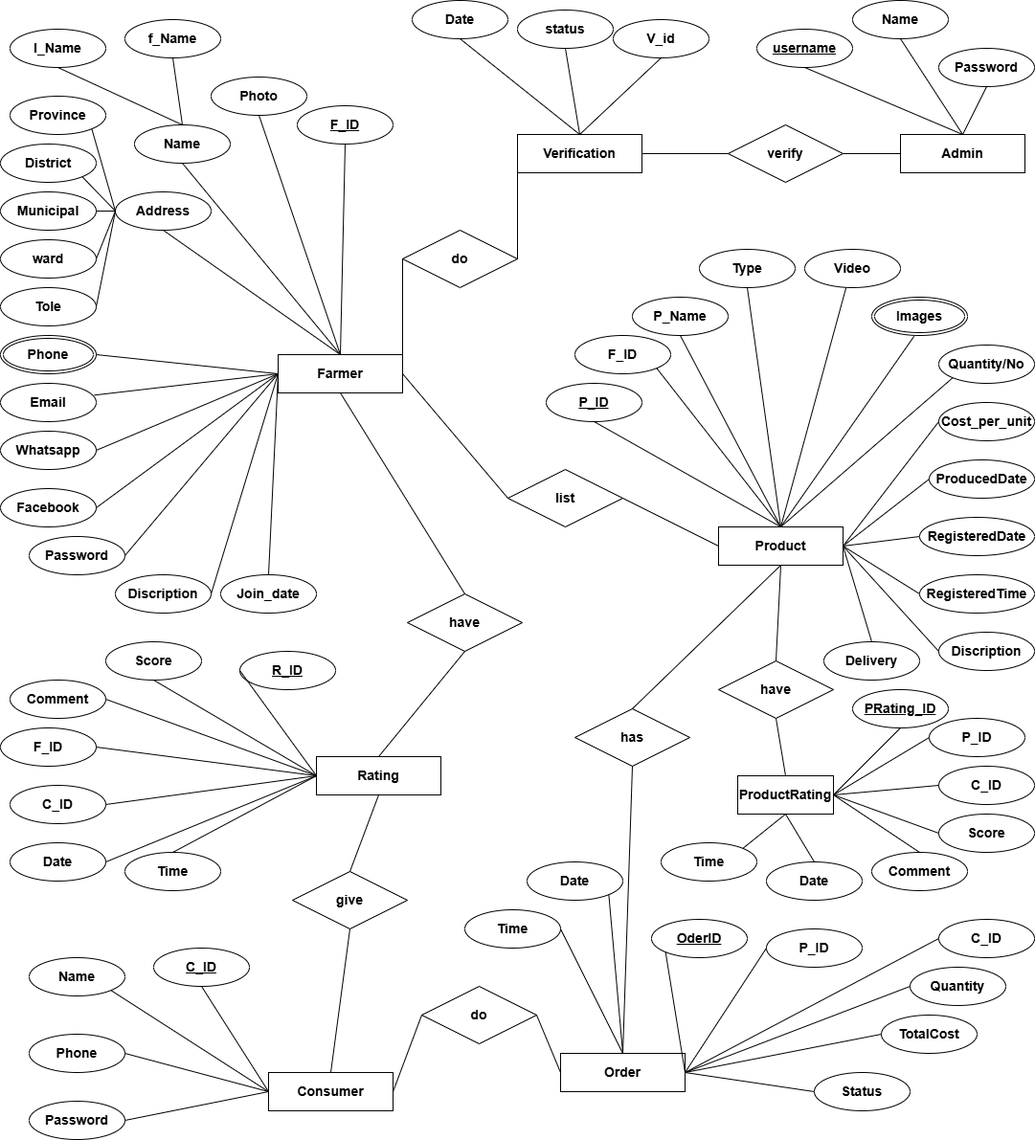
Earlier version of the draw.io export Doc/ER.png (RmnRj/Farmo). Source tidied: cells renumbered, new cells last; positions are measured from the earlier drawing's top-left corner, leaving out a move shared by most shapes.
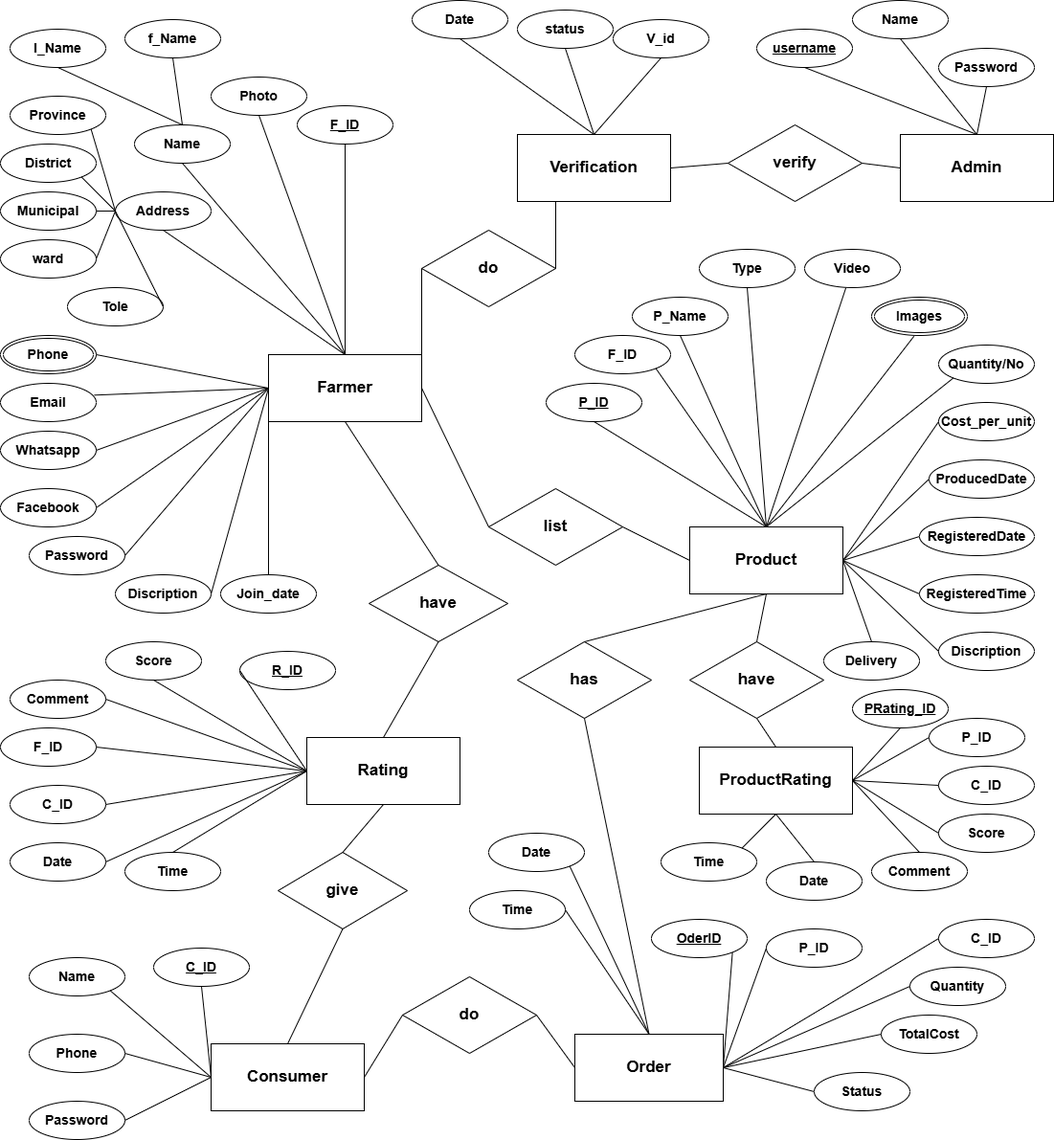
After the commit.

Commit message:
Use Case Diagram complete

Change to the diagram source:
```diff
@@ -2,8 +2,8 @@
   <root>
     <mxCell id="0" />
     <mxCell id="1" parent="0" />
-    <mxCell id="2" value="&lt;font&gt;&lt;span&gt;Farmer&lt;/span&gt;&lt;/font&gt;" style="whiteSpace=wrap;html=1;align=center;fontSize=14;fontStyle=1;" parent="1" vertex="1">
-      <mxGeometry x="290" y="370" width="130" height="40" as="geometry" />
+    <mxCell id="2" value="&lt;font&gt;&lt;span&gt;Farmer&lt;/span&gt;&lt;/font&gt;" style="whiteSpace=wrap;html=1;align=center;fontSize=17;fontStyle=1;" parent="1" vertex="1">
+      <mxGeometry x="280" y="370" width="160" height="70" as="geometry" />
     </mxCell>
     <mxCell id="3" value="l_Name" style="ellipse;whiteSpace=wrap;html=1;align=center;rotation=0;fontSize=14;fontStyle=1;" parent="1" vertex="1">
       <mxGeometry x="10" y="30" width="100" height="40" as="geometry" />
@@ -27,7 +27,7 @@
       <mxGeometry x="310" y="110" width="100" height="40" as="geometry" />
     </mxCell>
     <mxCell id="10" value="Tole" style="ellipse;whiteSpace=wrap;html=1;align=center;fontSize=14;fontStyle=1;" parent="1" vertex="1">
-      <mxGeometry y="300" width="100" height="40" as="geometry" />
+      <mxGeometry x="70" y="300" width="100" height="40" as="geometry" />
     </mxCell>
     <mxCell id="11" value="Name" style="ellipse;whiteSpace=wrap;html=1;align=center;rotation=0;fontSize=14;fontStyle=1;" parent="1" vertex="1">
       <mxGeometry x="140" y="130" width="100" height="40" as="geometry" />
@@ -107,19 +107,17 @@
     <mxCell id="36" style="endArrow=none;html=1;rounded=0;exitX=1;exitY=0.5;exitDx=0;exitDy=0;entryX=0;entryY=0.5;entryDx=0;entryDy=0;startArrow=none;startFill=0;fontStyle=1;labelBorderColor=none;jumpSize=11;fontSize=14;" parent="1" edge="1" source="19" target="2">
       <mxGeometry relative="1" as="geometry" />
     </mxCell>
-    <mxCell id="37" value="&lt;font&gt;&lt;span&gt;Product&lt;/span&gt;&lt;/font&gt;" style="whiteSpace=wrap;html=1;align=center;fontSize=14;fontStyle=1;" parent="1" vertex="1">
-      <mxGeometry x="750" y="550" width="130" height="40" as="geometry" />
+    <mxCell id="37" value="&lt;font&gt;&lt;span&gt;Product&lt;/span&gt;&lt;/font&gt;" style="whiteSpace=wrap;html=1;align=center;fontSize=17;fontStyle=1;" parent="1" vertex="1">
+      <mxGeometry x="720" y="550" width="160" height="70" as="geometry" />
     </mxCell>
-    <mxCell id="38" value="&lt;font&gt;&lt;span&gt;Rating&lt;/span&gt;&lt;/font&gt;" style="whiteSpace=wrap;html=1;align=center;fontSize=14;fontStyle=1;" parent="1" vertex="1">
-      <mxGeometry x="330" y="790" width="130" height="40" as="geometry" />
+    <mxCell id="38" value="&lt;font&gt;&lt;span&gt;Rating&lt;/span&gt;&lt;/font&gt;" style="whiteSpace=wrap;html=1;align=center;fontSize=17;fontStyle=1;" parent="1" vertex="1">
+      <mxGeometry x="320" y="770" width="160" height="70" as="geometry" />
     </mxCell>
     <mxCell id="39" value="Join_date" style="ellipse;whiteSpace=wrap;html=1;align=center;fontSize=14;fontStyle=1;" parent="1" vertex="1">
       <mxGeometry x="230" y="600" width="100" height="40" as="geometry" />
     </mxCell>
-    <mxCell id="40" style="endArrow=none;html=1;rounded=0;entryX=0.5;entryY=0;entryDx=0;entryDy=0;startArrow=none;startFill=0;fontStyle=1;labelBorderColor=none;jumpSize=11;fontSize=14;" parent="1" edge="1" target="39">
-      <mxGeometry relative="1" as="geometry">
-        <mxPoint x="290" y="390" as="sourcePoint" />
-      </mxGeometry>
+    <mxCell id="40" style="endArrow=none;html=1;rounded=0;entryX=0.5;entryY=0;entryDx=0;entryDy=0;startArrow=none;startFill=0;fontStyle=1;labelBorderColor=none;jumpSize=11;fontSize=14;exitX=0;exitY=1;exitDx=0;exitDy=0;" parent="1" edge="1" source="2" target="39">
+      <mxGeometry relative="1" as="geometry" />
     </mxCell>
     <mxCell id="41" value="P_Name" style="ellipse;whiteSpace=wrap;html=1;align=center;fontSize=14;fontStyle=1;" parent="1" vertex="1">
       <mxGeometry x="660" y="310" width="100" height="40" as="geometry" />
@@ -136,8 +134,8 @@
     <mxCell id="45" value="Images" style="ellipse;shape=doubleEllipse;margin=3;whiteSpace=wrap;html=1;align=center;fontSize=14;fontStyle=1;" parent="1" vertex="1">
       <mxGeometry x="910" y="310" width="100" height="40" as="geometry" />
     </mxCell>
-    <mxCell id="46" value="&lt;font&gt;&lt;span&gt;Verification&lt;/span&gt;&lt;/font&gt;" style="whiteSpace=wrap;html=1;align=center;fontSize=14;fontStyle=1;" parent="1" vertex="1">
-      <mxGeometry x="540" y="140" width="130" height="40" as="geometry" />
+    <mxCell id="46" value="&lt;font&gt;&lt;span&gt;Verification&lt;/span&gt;&lt;/font&gt;" style="whiteSpace=wrap;html=1;align=center;fontSize=17;fontStyle=1;" parent="1" vertex="1">
+      <mxGeometry x="540" y="140" width="160" height="70" as="geometry" />
     </mxCell>
     <mxCell id="47" value="Date" style="ellipse;whiteSpace=wrap;html=1;align=center;fontSize=14;fontStyle=1;" parent="1" vertex="1">
       <mxGeometry x="430" width="100" height="40" as="geometry" />
@@ -148,8 +146,8 @@
     <mxCell id="49" value="P_ID" style="ellipse;whiteSpace=wrap;html=1;align=center;fontStyle=5;fontSize=14;" parent="1" vertex="1">
       <mxGeometry x="570" y="400" width="100" height="40" as="geometry" />
     </mxCell>
-    <mxCell id="50" value="&lt;font&gt;&lt;span&gt;Admin&lt;/span&gt;&lt;/font&gt;" style="whiteSpace=wrap;html=1;align=center;fontSize=14;fontStyle=1;" parent="1" vertex="1">
-      <mxGeometry x="940" y="140" width="130" height="40" as="geometry" />
+    <mxCell id="50" value="&lt;font&gt;&lt;span&gt;Admin&lt;/span&gt;&lt;/font&gt;" style="whiteSpace=wrap;html=1;align=center;fontSize=17;fontStyle=1;" parent="1" vertex="1">
+      <mxGeometry x="940" y="140" width="160" height="70" as="geometry" />
     </mxCell>
     <mxCell id="51" value="username" style="ellipse;whiteSpace=wrap;html=1;align=center;fontStyle=5;fontSize=14;" parent="1" vertex="1">
       <mxGeometry x="790" y="30" width="100" height="40" as="geometry" />
@@ -178,17 +176,17 @@
     <mxCell id="59" value="Discription" style="ellipse;whiteSpace=wrap;html=1;align=center;fontSize=14;fontStyle=1;" parent="1" vertex="1">
       <mxGeometry x="980" y="660" width="100" height="40" as="geometry" />
     </mxCell>
-    <mxCell id="60" value="have" style="shape=rhombus;perimeter=rhombusPerimeter;whiteSpace=wrap;html=1;align=center;fontSize=14;fontStyle=1;" parent="1" vertex="1">
-      <mxGeometry x="425" y="620" width="120" height="60" as="geometry" />
+    <mxCell id="60" value="have" style="shape=rhombus;perimeter=rhombusPerimeter;whiteSpace=wrap;html=1;align=center;fontSize=17;fontStyle=1;" parent="1" vertex="1">
+      <mxGeometry x="385" y="590" width="145" height="80" as="geometry" />
     </mxCell>
-    <mxCell id="61" value="list" style="shape=rhombus;perimeter=rhombusPerimeter;whiteSpace=wrap;html=1;align=center;fontSize=14;fontStyle=1;" parent="1" vertex="1">
-      <mxGeometry x="530" y="490" width="120" height="60" as="geometry" />
+    <mxCell id="61" value="list" style="shape=rhombus;perimeter=rhombusPerimeter;whiteSpace=wrap;html=1;align=center;fontSize=17;fontStyle=1;" parent="1" vertex="1">
+      <mxGeometry x="510" y="510" width="140" height="80" as="geometry" />
     </mxCell>
-    <mxCell id="62" value="do" style="shape=rhombus;perimeter=rhombusPerimeter;whiteSpace=wrap;html=1;align=center;fontSize=14;fontStyle=1;" parent="1" vertex="1">
-      <mxGeometry x="420" y="240" width="120" height="60" as="geometry" />
+    <mxCell id="62" value="do" style="shape=rhombus;perimeter=rhombusPerimeter;whiteSpace=wrap;html=1;align=center;fontSize=17;fontStyle=1;" parent="1" vertex="1">
+      <mxGeometry x="440" y="240" width="140" height="80" as="geometry" />
     </mxCell>
-    <mxCell id="63" value="verify" style="shape=rhombus;perimeter=rhombusPerimeter;whiteSpace=wrap;html=1;align=center;fontSize=14;fontStyle=1;" parent="1" vertex="1">
-      <mxGeometry x="760" y="130" width="120" height="60" as="geometry" />
+    <mxCell id="63" value="verify" style="shape=rhombus;perimeter=rhombusPerimeter;whiteSpace=wrap;html=1;align=center;fontSize=17;fontStyle=1;" parent="1" vertex="1">
+      <mxGeometry x="760" y="130" width="140" height="80" as="geometry" />
     </mxCell>
     <mxCell id="64" style="endArrow=none;html=1;rounded=0;entryX=0;entryY=0.5;entryDx=0;entryDy=0;exitX=1;exitY=0.5;exitDx=0;exitDy=0;startArrow=none;startFill=0;fontStyle=1;labelBorderColor=none;jumpSize=11;fontSize=14;" parent="1" edge="1" source="46" target="63">
       <mxGeometry relative="1" as="geometry" />
@@ -196,7 +194,7 @@
     <mxCell id="65" style="endArrow=none;html=1;rounded=0;entryX=0;entryY=0.5;entryDx=0;entryDy=0;exitX=1;exitY=0.5;exitDx=0;exitDy=0;startArrow=none;startFill=0;fontStyle=1;labelBorderColor=none;jumpSize=11;fontSize=14;" parent="1" edge="1" source="63" target="50">
       <mxGeometry relative="1" as="geometry" />
     </mxCell>
-    <mxCell id="66" style="endArrow=none;html=1;rounded=0;entryX=1;entryY=0.5;entryDx=0;entryDy=0;exitX=0;exitY=0.5;exitDx=0;exitDy=0;startArrow=none;startFill=0;fontStyle=1;labelBorderColor=none;jumpSize=11;fontSize=14;" parent="1" edge="1" source="46" target="62">
+    <mxCell id="66" style="endArrow=none;html=1;rounded=0;entryX=1;entryY=0.5;entryDx=0;entryDy=0;exitX=0.25;exitY=1;exitDx=0;exitDy=0;startArrow=none;startFill=0;fontStyle=1;labelBorderColor=none;jumpSize=11;fontSize=14;" parent="1" edge="1" source="46" target="62">
       <mxGeometry relative="1" as="geometry" />
     </mxCell>
     <mxCell id="67" style="endArrow=none;html=1;rounded=0;entryX=1;entryY=0.5;entryDx=0;entryDy=0;exitX=0;exitY=0.5;exitDx=0;exitDy=0;startArrow=none;startFill=0;fontStyle=1;labelBorderColor=none;jumpSize=11;fontSize=14;" parent="1" edge="1" source="62" target="2">
@@ -259,11 +257,11 @@
     <mxCell id="86" style="endArrow=none;html=1;rounded=0;entryX=0.5;entryY=0;entryDx=0;entryDy=0;exitX=0.5;exitY=1;exitDx=0;exitDy=0;startArrow=none;startFill=0;fontStyle=1;labelBorderColor=none;jumpSize=11;fontSize=14;" parent="1" edge="1" source="47" target="46">
       <mxGeometry relative="1" as="geometry" />
     </mxCell>
-    <mxCell id="87" value="&lt;font&gt;&lt;span&gt;Consumer&lt;/span&gt;&lt;/font&gt;" style="whiteSpace=wrap;html=1;align=center;fontSize=14;fontStyle=1;" parent="1" vertex="1">
-      <mxGeometry x="280" y="1120" width="130" height="40" as="geometry" />
+    <mxCell id="87" value="&lt;font&gt;&lt;span&gt;Consumer&lt;/span&gt;&lt;/font&gt;" style="whiteSpace=wrap;html=1;align=center;fontSize=17;fontStyle=1;" parent="1" vertex="1">
+      <mxGeometry x="220" y="1090" width="160" height="70" as="geometry" />
     </mxCell>
-    <mxCell id="88" value="&lt;font&gt;&lt;span&gt;Order&lt;/span&gt;&lt;/font&gt;" style="whiteSpace=wrap;html=1;align=center;fontSize=14;fontStyle=1;" parent="1" vertex="1">
-      <mxGeometry x="585" y="1100" width="130" height="40" as="geometry" />
+    <mxCell id="88" value="&lt;font&gt;&lt;span&gt;Order&lt;/span&gt;&lt;/font&gt;" style="whiteSpace=wrap;html=1;align=center;fontSize=17;fontStyle=1;" parent="1" vertex="1">
+      <mxGeometry x="600" y="1080" width="155" height="70" as="geometry" />
     </mxCell>
     <mxCell id="89" value="C_ID" style="ellipse;whiteSpace=wrap;html=1;align=center;fontStyle=5;fontSize=14;" parent="1" vertex="1">
       <mxGeometry x="160" y="990" width="100" height="40" as="geometry" />
@@ -316,14 +314,14 @@
     <mxCell id="105" style="endArrow=none;html=1;rounded=0;entryX=0.5;entryY=0;entryDx=0;entryDy=0;exitX=0.5;exitY=1;exitDx=0;exitDy=0;startArrow=none;startFill=0;fontStyle=1;labelBorderColor=none;jumpSize=11;fontSize=14;" parent="1" edge="1" source="104" target="46">
       <mxGeometry relative="1" as="geometry" />
     </mxCell>
-    <mxCell id="106" value="give" style="shape=rhombus;perimeter=rhombusPerimeter;whiteSpace=wrap;html=1;align=center;fontSize=14;fontStyle=1;" parent="1" vertex="1">
-      <mxGeometry x="305" y="910" width="120" height="60" as="geometry" />
+    <mxCell id="106" value="give" style="shape=rhombus;perimeter=rhombusPerimeter;whiteSpace=wrap;html=1;align=center;fontSize=17;fontStyle=1;" parent="1" vertex="1">
+      <mxGeometry x="290" y="890" width="135" height="80" as="geometry" />
     </mxCell>
-    <mxCell id="107" value="do" style="shape=rhombus;perimeter=rhombusPerimeter;whiteSpace=wrap;html=1;align=center;fontSize=14;fontStyle=1;" parent="1" vertex="1">
-      <mxGeometry x="440" y="1030" width="120" height="60" as="geometry" />
+    <mxCell id="107" value="do" style="shape=rhombus;perimeter=rhombusPerimeter;whiteSpace=wrap;html=1;align=center;fontSize=17;fontStyle=1;" parent="1" vertex="1">
+      <mxGeometry x="420" y="1020" width="140" height="80" as="geometry" />
     </mxCell>
-    <mxCell id="108" value="has" style="shape=rhombus;perimeter=rhombusPerimeter;whiteSpace=wrap;html=1;align=center;fontSize=14;fontStyle=1;" parent="1" vertex="1">
-      <mxGeometry x="600" y="740" width="120" height="60" as="geometry" />
+    <mxCell id="108" value="has" style="shape=rhombus;perimeter=rhombusPerimeter;whiteSpace=wrap;html=1;align=center;fontSize=17;fontStyle=1;" parent="1" vertex="1">
+      <mxGeometry x="540" y="670" width="140" height="80" as="geometry" />
     </mxCell>
     <mxCell id="109" style="endArrow=none;html=1;rounded=0;entryX=0.5;entryY=1;entryDx=0;entryDy=0;exitX=0.5;exitY=0;exitDx=0;exitDy=0;startArrow=none;startFill=0;fontStyle=1;labelBorderColor=none;jumpSize=11;fontSize=14;" parent="1" edge="1" source="106" target="38">
       <mxGeometry relative="1" as="geometry" />
@@ -401,12 +399,12 @@
       <mxGeometry x="920" y="1060" width="100" height="40" as="geometry" />
     </mxCell>
     <mxCell id="134" value="Date" style="ellipse;whiteSpace=wrap;html=1;align=center;fontSize=14;fontStyle=1;" parent="1" vertex="1">
-      <mxGeometry x="550" y="900" width="100" height="40" as="geometry" />
+      <mxGeometry x="510" y="870" width="100" height="40" as="geometry" />
     </mxCell>
     <mxCell id="135" value="Time" style="ellipse;whiteSpace=wrap;html=1;align=center;fontSize=14;fontStyle=1;" parent="1" vertex="1">
-      <mxGeometry x="485" y="950" width="100" height="40" as="geometry" />
+      <mxGeometry x="490" y="930" width="100" height="40" as="geometry" />
     </mxCell>
-    <mxCell id="136" style="endArrow=none;html=1;rounded=0;entryX=1;entryY=0.5;entryDx=0;entryDy=0;exitX=0;exitY=1;exitDx=0;exitDy=0;startArrow=none;startFill=0;fontStyle=1;labelBorderColor=none;jumpSize=11;fontSize=14;" parent="1" edge="1" source="120" target="88">
+    <mxCell id="136" style="endArrow=none;html=1;rounded=0;entryX=1;entryY=0.5;entryDx=0;entryDy=0;exitX=1;exitY=1;exitDx=0;exitDy=0;startArrow=none;startFill=0;fontStyle=1;labelBorderColor=none;jumpSize=11;fontSize=14;" parent="1" edge="1" source="120" target="88">
       <mxGeometry relative="1" as="geometry" />
     </mxCell>
     <mxCell id="137" style="endArrow=none;html=1;rounded=0;entryX=1;entryY=0.5;entryDx=0;entryDy=0;exitX=0;exitY=0.5;exitDx=0;exitDy=0;startArrow=none;startFill=0;fontStyle=1;labelBorderColor=none;jumpSize=11;fontSize=14;" parent="1" edge="1" source="122" target="88">
@@ -427,14 +425,14 @@
     <mxCell id="142" style="endArrow=none;html=1;rounded=0;entryX=0.5;entryY=0;entryDx=0;entryDy=0;exitX=1;exitY=0.5;exitDx=0;exitDy=0;startArrow=none;startFill=0;fontStyle=1;labelBorderColor=none;jumpSize=11;fontSize=14;" parent="1" edge="1" source="135" target="88">
       <mxGeometry relative="1" as="geometry" />
     </mxCell>
-    <mxCell id="143" value="ProductRating" style="whiteSpace=wrap;html=1;align=center;fontSize=14;fontStyle=1;" parent="1" vertex="1">
-      <mxGeometry x="770" y="810" width="100" height="40" as="geometry" />
+    <mxCell id="143" value="ProductRating" style="whiteSpace=wrap;html=1;align=center;fontSize=17;fontStyle=1;" parent="1" vertex="1">
+      <mxGeometry x="730" y="780" width="160" height="70" as="geometry" />
     </mxCell>
     <mxCell id="144" value="P_ID" style="ellipse;whiteSpace=wrap;html=1;align=center;fontSize=14;fontStyle=1;" parent="1" vertex="1">
       <mxGeometry x="970" y="750" width="100" height="40" as="geometry" />
     </mxCell>
-    <mxCell id="145" value="have" style="shape=rhombus;perimeter=rhombusPerimeter;whiteSpace=wrap;html=1;align=center;fontSize=14;fontStyle=1;" parent="1" vertex="1">
-      <mxGeometry x="750" y="690" width="120" height="60" as="geometry" />
+    <mxCell id="145" value="have" style="shape=rhombus;perimeter=rhombusPerimeter;whiteSpace=wrap;html=1;align=center;fontSize=17;fontStyle=1;" parent="1" vertex="1">
+      <mxGeometry x="720" y="670" width="140" height="80" as="geometry" />
     </mxCell>
     <mxCell id="146" value="C_ID" style="ellipse;whiteSpace=wrap;html=1;align=center;fontSize=14;fontStyle=1;" parent="1" vertex="1">
       <mxGeometry x="980" y="800" width="100" height="40" as="geometry" />
```
